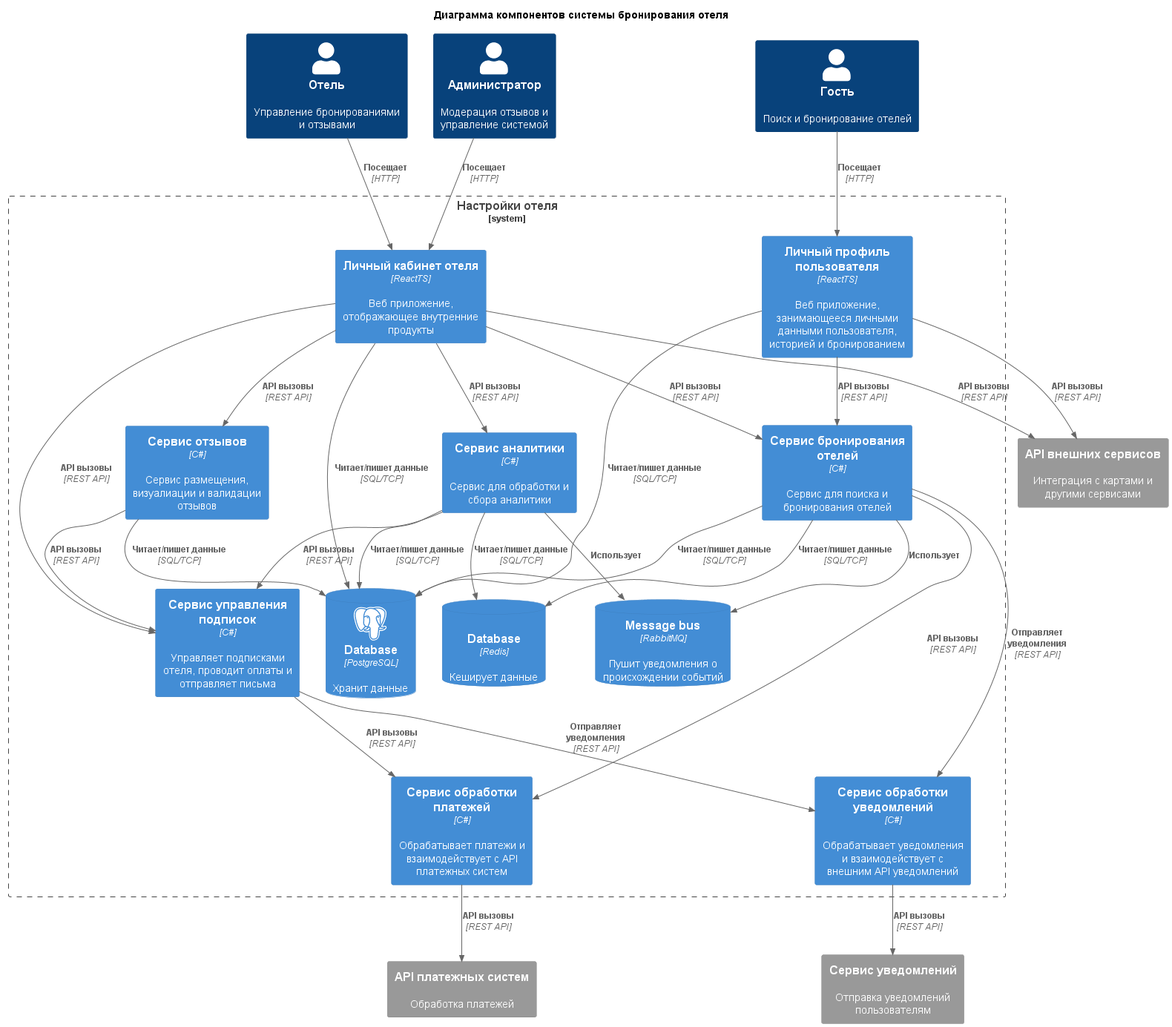
GornikMaria/SoftwareDevelopmentTechnology keeps this PlantUML diagram as out/C4/2_container/Контекстная диаграмма.png. Above is the earlier version.
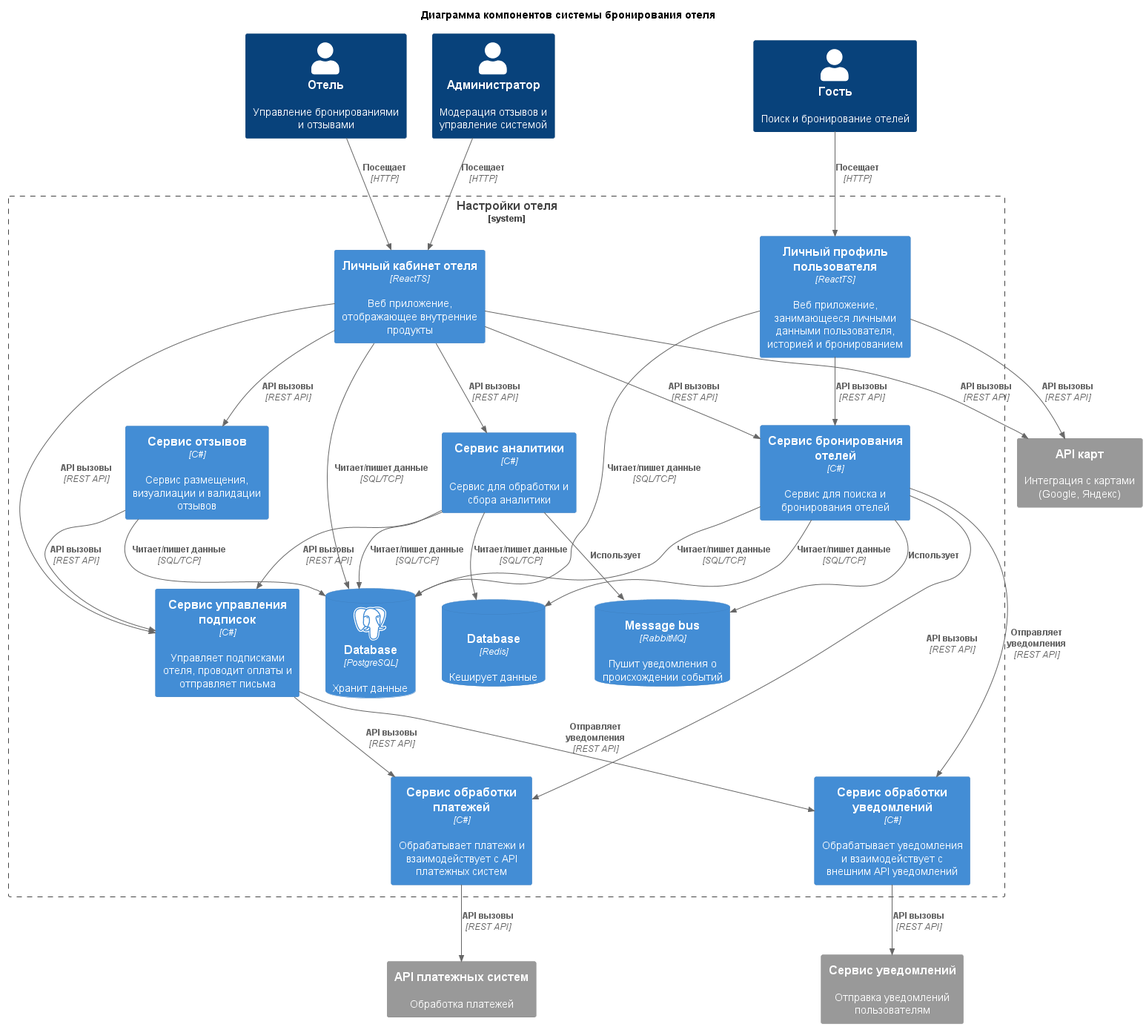
After the change.

Change to the diagram source:
```diff
@@ -61,7 +61,7 @@
 
 System_Ext(paymentAPI, "API платежных систем", "Обработка платежей")
 System_Ext(notificationService, "Сервис уведомлений", "Отправка уведомлений пользователям")
-System_Ext(externalAPI, "API внешних сервисов", "Интеграция с картами и другими сервисами")
+System_Ext(externalAPI, "API карт", "Интеграция с картами (Google, Яндекс)")
 
 Rel(extranet, externalAPI, "API вызовы", "REST API")
 Rel(guestProfile, externalAPI, "API вызовы", "REST API")
```
